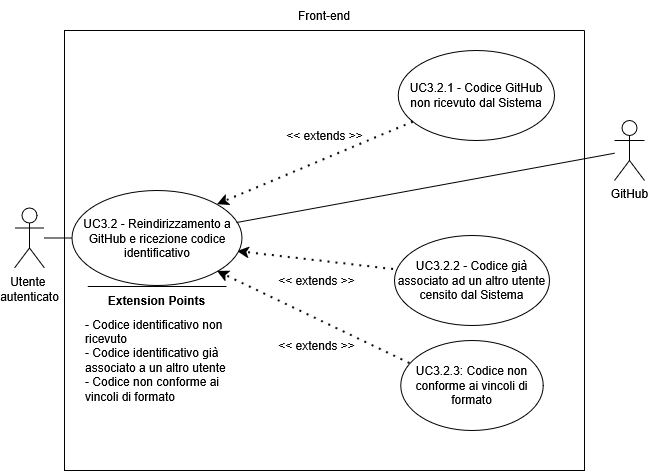
Above: assets/diagrams/UC3_2.png in SkarabGroup/DocumentazioneProgetto (draw.io), before the change. Source tidied: cells renumbered, new cells last; positions are measured from the earlier drawing's top-left corner, leaving out a move shared by most shapes.
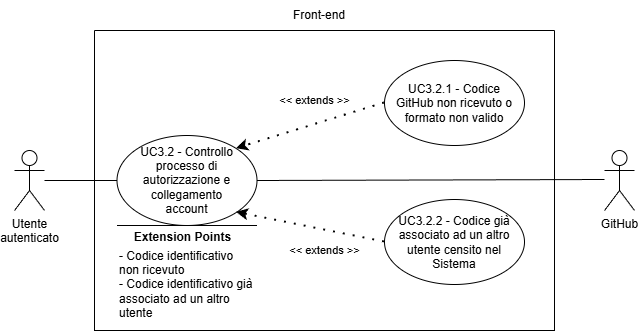
Above is the later version.

Change to the diagram source:
```diff
@@ -2,65 +2,63 @@
   <root>
     <mxCell id="0" />
     <mxCell id="1" parent="0" />
-    <mxCell id="2" style="swimlane;startSize=0;" parent="1" vertex="1">
-      <mxGeometry x="50" y="30" width="520" height="440" as="geometry" />
-    </mxCell>
-    <mxCell id="3" value="UC3.2.1 - Codice GitHub non ricevuto dal Sistema" style="ellipse;whiteSpace=wrap;html=1;" parent="2" vertex="1">
-      <mxGeometry x="333.8" y="20" width="156.2" height="90" as="geometry" />
-    </mxCell>
-    <mxCell id="4" style="endArrow=classic;dashed=1;html=1;dashPattern=1 3;strokeWidth=2;rounded=0;entryX=1;entryY=0;entryDx=0;entryDy=0;strokeColor=default;curved=0;endFill=1;endSize=6;" parent="2" edge="1" source="3" target="9">
-      <mxGeometry relative="1" as="geometry" />
-    </mxCell>
-    <mxCell id="5" value="&lt;div&gt;&amp;lt;&amp;lt; extends &amp;gt;&amp;gt;&lt;/div&gt;" style="text;html=1;whiteSpace=wrap;strokeColor=none;fillColor=none;align=center;verticalAlign=middle;rounded=0;" parent="2" vertex="1">
-      <mxGeometry x="212.5" y="90" width="95" height="30" as="geometry" />
-    </mxCell>
-    <mxCell id="6" value="UC3.2.2 - Codice già associato ad un altro utente censito dal Sistema" style="ellipse;whiteSpace=wrap;html=1;" parent="2" vertex="1">
-      <mxGeometry x="330" y="205" width="155" height="90" as="geometry" />
-    </mxCell>
-    <mxCell id="7" style="endArrow=classic;dashed=1;html=1;dashPattern=1 3;strokeWidth=2;rounded=0;exitX=-0.006;exitY=0.378;exitDx=0;exitDy=0;strokeColor=default;curved=0;endFill=1;endSize=6;entryX=0.974;entryY=0.642;entryDx=0;entryDy=0;entryPerimeter=0;exitPerimeter=0;" parent="2" edge="1" source="6" target="9">
-      <mxGeometry relative="1" as="geometry" />
-    </mxCell>
-    <mxCell id="8" value="&amp;lt;&amp;lt; extends &amp;gt;&amp;gt;" style="text;html=1;whiteSpace=wrap;strokeColor=none;fillColor=none;align=center;verticalAlign=middle;rounded=0;" parent="2" vertex="1">
-      <mxGeometry x="205" y="235" width="95" height="30" as="geometry" />
-    </mxCell>
-    <mxCell id="9" value="UC3.2 - Reindirizzamento a GitHub e ricezione codice identificativo" style="ellipse;whiteSpace=wrap;html=1;" parent="2" vertex="1">
-      <mxGeometry x="7.5" y="160" width="170" height="95" as="geometry" />
-    </mxCell>
-    <mxCell id="10" style="endArrow=none;html=1;rounded=0;" parent="2" edge="1">
-      <mxGeometry relative="1" as="geometry">
-        <mxPoint x="162" y="256" as="sourcePoint" />
-        <mxPoint x="23.2" y="256" as="targetPoint" />
-      </mxGeometry>
-    </mxCell>
+    <mxCell id="17" value="Utente&lt;div&gt;&lt;span style=&quot;background-color: transparent; color: light-dark(rgb(0, 0, 0), rgb(255, 255, 255));&quot;&gt;autenticato&lt;/span&gt;&lt;/div&gt;" style="shape=umlActor;verticalLabelPosition=bottom;verticalAlign=top;html=1;outlineConnect=0;align=center;" parent="1" vertex="1">
+      <mxGeometry x="10" y="161" width="30" height="60" as="geometry" />
+    </mxCell>
+    <mxCell id="21" style="swimlane;startSize=0;" parent="1" vertex="1">
+      <mxGeometry x="90" y="41" width="460" height="300" as="geometry" />
+    </mxCell>
+    <mxCell id="22" style="ellipse;whiteSpace=wrap;html=1;" parent="21" vertex="1">
+      <mxGeometry x="22.5" y="105" width="140" height="90" as="geometry" />
+    </mxCell>
+    <mxCell id="23" value="&lt;div style=&quot;&quot;&gt;&lt;span style=&quot;background-color: transparent; color: light-dark(rgb(0, 0, 0), rgb(255, 255, 255));&quot;&gt;UC3.2 - Controllo processo di autorizzazione e collegamento account&lt;/span&gt;&lt;/div&gt;" style="text;html=1;align=center;verticalAlign=middle;whiteSpace=wrap;rounded=0;" parent="21" vertex="1">
+      <mxGeometry x="35" y="115" width="115" height="70" as="geometry" />
+    </mxCell>
+    <mxCell id="24" style="ellipse;whiteSpace=wrap;html=1;" parent="21" vertex="1">
+      <mxGeometry x="290" y="30" width="140" height="85" as="geometry" />
+    </mxCell>
+    <mxCell id="25" value="UC3.2.1 - Codice GitHub non ricevuto o formato non valido" style="text;html=1;align=center;verticalAlign=middle;whiteSpace=wrap;rounded=0;" parent="21" vertex="1">
+      <mxGeometry x="295" y="37.5" width="130" height="70" as="geometry" />
+    </mxCell>
+    <mxCell id="26" value="&amp;lt;&amp;lt; extends &amp;gt;&amp;gt;" style="endArrow=classic;startArrow=none;endFill=1;startFill=0;html=1;verticalAlign=bottom;dashed=1;labelBackgroundColor=none;rounded=0;dashPattern=1 4;curved=0;endSize=6;strokeWidth=2;entryX=1;entryY=1;entryDx=0;entryDy=0;exitX=0;exitY=0.5;exitDx=0;exitDy=0;" parent="21" edge="1" source="27" target="22">
+      <mxGeometry x="-0.27" y="29" relative="1" as="geometry" />
+    </mxCell>
+    <mxCell id="27" style="ellipse;whiteSpace=wrap;html=1;" parent="21" vertex="1">
+      <mxGeometry x="290" y="169" width="140" height="85" as="geometry" />
+    </mxCell>
+    <mxCell id="28" value="UC3.2.2 - Codice già associato ad un altro utente censito nel Sistema" style="text;html=1;align=center;verticalAlign=middle;whiteSpace=wrap;rounded=0;" parent="21" vertex="1">
+      <mxGeometry x="295" y="176.5" width="130" height="70" as="geometry" />
+    </mxCell>
+    <mxCell id="29" style="endArrow=none;html=1;rounded=0;" parent="21" edge="1">
+      <mxGeometry relative="1" as="geometry">
+        <mxPoint x="22.5" y="195" as="sourcePoint" />
+        <mxPoint x="162.5" y="195" as="targetPoint" />
+      </mxGeometry>
+    </mxCell>
-    <mxCell id="11" value="&lt;b&gt;Extension Points&lt;/b&gt;" style="text;html=1;whiteSpace=wrap;strokeColor=none;fillColor=none;align=center;verticalAlign=middle;rounded=0;strokeWidth=5;" parent="2" vertex="1">
-      <mxGeometry x="35" y="255" width="115" height="30" as="geometry" />
+    <mxCell id="11" value="&lt;b&gt;&lt;font style=&quot;font-size: 12px;&quot;&gt;Extension Points&lt;/font&gt;&lt;/b&gt;" style="edgeLabel;html=1;align=center;verticalAlign=middle;" parent="29" vertex="1">
+      <mxGeometry x="0.65" relative="1" as="geometry">
+        <mxPoint x="-50" y="11" as="offset" />
+      </mxGeometry>
     </mxCell>
-    <mxCell id="12" value="&lt;div align=&quot;left&quot;&gt;- Codice identificativo non ricevuto&lt;/div&gt;&lt;div align=&quot;left&quot;&gt;- Codice identificativo già associato a un altro utente&lt;/div&gt;&lt;div align=&quot;left&quot;&gt;- Codice non conforme ai vincoli di formato&lt;/div&gt;" style="text;html=1;whiteSpace=wrap;strokeColor=none;fillColor=none;align=left;verticalAlign=middle;rounded=0;" parent="2" vertex="1">
-      <mxGeometry x="19" y="280" width="147" height="100" as="geometry" />
-    </mxCell>
-    <mxCell id="13" value="UC3.2.3: Codice non conforme ai vincoli di formato" style="ellipse;whiteSpace=wrap;html=1;" parent="2" vertex="1">
-      <mxGeometry x="336.2" y="310" width="142.5" height="90" as="geometry" />
-    </mxCell>
-    <mxCell id="14" style="endArrow=classic;dashed=1;html=1;dashPattern=1 3;strokeWidth=2;rounded=0;entryX=1;entryY=1;entryDx=0;entryDy=0;exitX=0.065;exitY=0.256;exitDx=0;exitDy=0;strokeColor=default;curved=0;endFill=1;endSize=6;exitPerimeter=0;" parent="2" edge="1" source="13" target="9">
-      <mxGeometry relative="1" as="geometry" />
-    </mxCell>
-    <mxCell id="15" value="&amp;lt;&amp;lt; extends &amp;gt;&amp;gt;" style="text;html=1;whiteSpace=wrap;strokeColor=none;fillColor=none;align=center;verticalAlign=middle;rounded=0;" parent="2" vertex="1">
-      <mxGeometry x="205" y="300" width="95" height="30" as="geometry" />
-    </mxCell>
+    <mxCell id="30" value="&lt;font style=&quot;font-size: 12px;&quot;&gt;- Codice identificativo non ricevuto&lt;/font&gt;&lt;div&gt;&lt;font style=&quot;font-size: 12px;&quot;&gt;- Codice identificativo già associato ad un altro utente&lt;/font&gt;&lt;/div&gt;" style="text;html=1;align=left;verticalAlign=middle;whiteSpace=wrap;rounded=0;" parent="21" vertex="1">
+      <mxGeometry x="22.5" y="239" width="137.5" height="30" as="geometry" />
+    </mxCell>
+    <mxCell id="31" value="&amp;lt;&amp;lt; extends &amp;gt;&amp;gt;" style="endArrow=classic;startArrow=none;endFill=1;startFill=0;html=1;verticalAlign=bottom;dashed=1;labelBackgroundColor=none;rounded=0;dashPattern=1 4;curved=0;endSize=6;strokeWidth=2;entryX=1;entryY=0;entryDx=0;entryDy=0;exitX=0;exitY=0.5;exitDx=0;exitDy=0;" parent="21" edge="1" source="24" target="22">
+      <mxGeometry x="-0.11" y="-14" relative="1" as="geometry" />
+    </mxCell>
-    <mxCell id="16" value="Front-end" style="text;html=1;whiteSpace=wrap;strokeColor=none;fillColor=none;align=center;verticalAlign=middle;rounded=0;" parent="1" vertex="1">
-      <mxGeometry x="280" width="60" height="30" as="geometry" />
+    <mxCell id="16" value="Front-end" style="text;html=1;align=center;verticalAlign=middle;whiteSpace=wrap;rounded=0;" parent="1" vertex="1">
+      <mxGeometry x="285" y="11" width="60" height="30" as="geometry" />
     </mxCell>
-    <mxCell id="17" value="&lt;div&gt;Utente&amp;nbsp;&lt;/div&gt;&lt;div&gt;autenticato&lt;/div&gt;" style="shape=umlActor;verticalLabelPosition=bottom;verticalAlign=top;html=1;outlineConnect=0;" parent="1" vertex="1">
-      <mxGeometry y="207.5" width="30" height="60" as="geometry" />
-    </mxCell>
-    <mxCell id="18" style="endArrow=none;html=1;rounded=0;entryX=0;entryY=0.5;entryDx=0;entryDy=0;" parent="1" edge="1" source="17" target="9">
-      <mxGeometry relative="1" as="geometry" />
-    </mxCell>
+    <mxCell id="32" style="endArrow=none;html=1;rounded=0;entryX=0;entryY=0.5;entryDx=0;entryDy=0;" parent="1" edge="1" source="17" target="22">
+      <mxGeometry relative="1" as="geometry" />
+    </mxCell>
-    <mxCell id="19" value="GitHub" style="shape=umlActor;verticalLabelPosition=bottom;verticalAlign=top;html=1;outlineConnect=0;" parent="1" vertex="1">
-      <mxGeometry x="600" y="120" width="30" height="60" as="geometry" />
+    <mxCell id="19" value="GitHub" style="shape=umlActor;verticalLabelPosition=bottom;verticalAlign=top;html=1;outlineConnect=0;align=center;" parent="1" vertex="1">
+      <mxGeometry x="600" y="161" width="30" height="60" as="geometry" />
     </mxCell>
-    <mxCell id="20" style="endArrow=none;html=1;rounded=0;exitX=0.968;exitY=0.337;exitDx=0;exitDy=0;exitPerimeter=0;" parent="1" edge="1" source="9" target="19">
-      <mxGeometry relative="1" as="geometry" />
-    </mxCell>
+    <mxCell id="33" style="endArrow=none;html=1;rounded=0;exitX=1;exitY=0.5;exitDx=0;exitDy=0;" parent="1" edge="1" source="22">
+      <mxGeometry relative="1" as="geometry">
+        <mxPoint x="600" y="190" as="targetPoint" />
+      </mxGeometry>
+    </mxCell>
   </root>
 </mxGraphModel>
```
